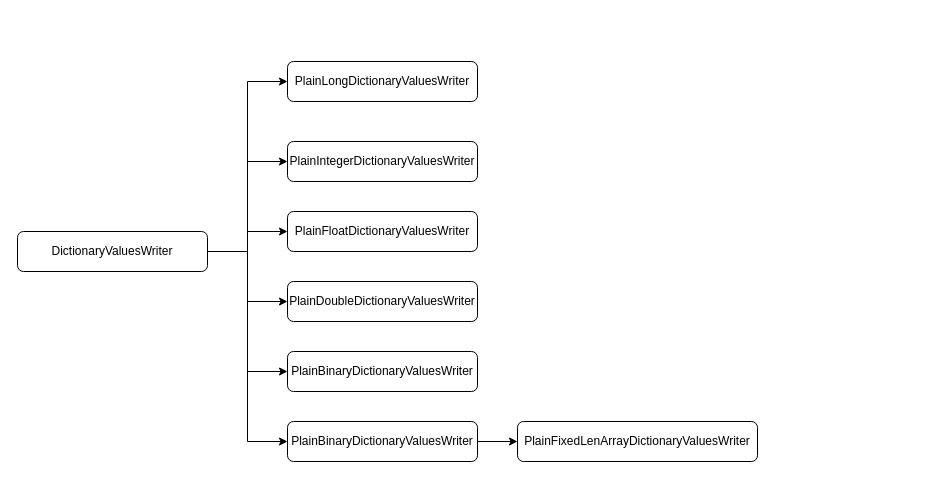
This is page "Parquet" (12 of 12) of Spark.drawio from huangxiaopingRD/diagrams, a draw.io file, before an edit. Source tidied: cells renumbered, new cells numbered last; positions are measured from the earlier drawing's top-left corner, leaving out a move shared by most shapes. Both pictures are drawn from the tidied source at 100%, with x=0, y=0 at pixel (17, 61).
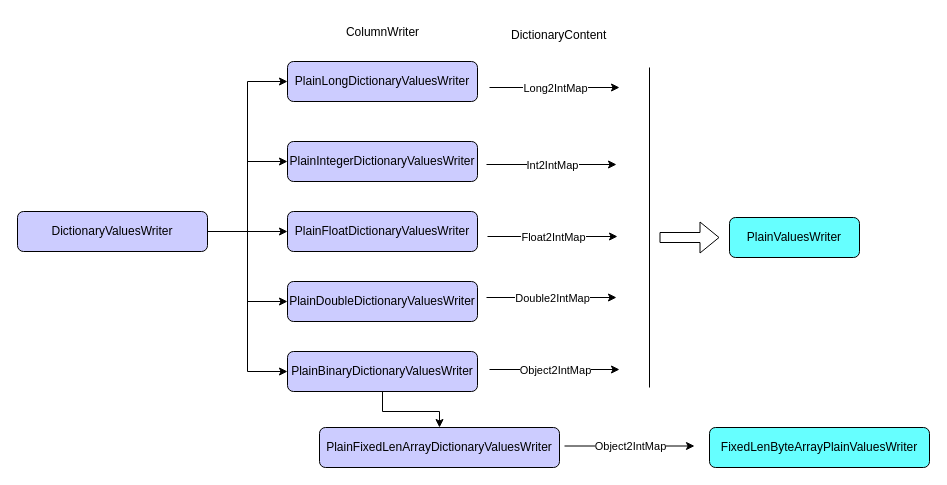
The same page after the edit.

What changed in the source:
```diff
@@
-    <mxCell id="2" value="PlainLongDictionaryValuesWriter" style="rounded=1;whiteSpace=wrap;html=1;" parent="1" vertex="1">
+    <mxCell id="2" value="PlainLongDictionaryValuesWriter" style="rounded=1;whiteSpace=wrap;html=1;fillColor=#CCCCFF;" parent="1" vertex="1">
       <mxGeometry x="270" width="190" height="40" as="geometry" />
     </mxCell>
@@
-    <mxCell id="8" style="edgeStyle=orthogonalEdgeStyle;rounded=0;jettySize=auto;html=1;entryX=0;entryY=0.5;entryDx=0;entryDy=0;" parent="1" edge="1" source="9" target="15">
-      <mxGeometry relative="1" as="geometry" />
-    </mxCell>
-    <mxCell id="9" value="DictionaryValuesWriter" style="rounded=1;whiteSpace=wrap;html=1;" parent="1" vertex="1">
-      <mxGeometry y="170" width="190" height="40" as="geometry" />
+    <mxCell id="9" value="DictionaryValuesWriter" style="rounded=1;whiteSpace=wrap;html=1;fillColor=#CCCCFF;" parent="1" vertex="1">
+      <mxGeometry y="150" width="190" height="40" as="geometry" />
     </mxCell>
-    <mxCell id="10" value="PlainIntegerDictionaryValuesWriter" style="rounded=1;whiteSpace=wrap;html=1;" parent="1" vertex="1">
+    <mxCell id="10" value="PlainIntegerDictionaryValuesWriter" style="rounded=1;whiteSpace=wrap;html=1;fillColor=#CCCCFF;" parent="1" vertex="1">
       <mxGeometry x="270" y="80" width="190" height="40" as="geometry" />
     </mxCell>
-    <mxCell id="11" value="PlainFloatDictionaryValuesWriter" style="rounded=1;whiteSpace=wrap;html=1;" parent="1" vertex="1">
+    <mxCell id="11" value="PlainFloatDictionaryValuesWriter" style="rounded=1;whiteSpace=wrap;html=1;fillColor=#CCCCFF;" parent="1" vertex="1">
       <mxGeometry x="270" y="150" width="190" height="40" as="geometry" />
     </mxCell>
-    <mxCell id="12" value="PlainDoubleDictionaryValuesWriter" style="rounded=1;whiteSpace=wrap;html=1;" parent="1" vertex="1">
+    <mxCell id="12" value="PlainDoubleDictionaryValuesWriter" style="rounded=1;whiteSpace=wrap;html=1;fillColor=#CCCCFF;" parent="1" vertex="1">
       <mxGeometry x="270" y="220" width="190" height="40" as="geometry" />
     </mxCell>
+    <mxCell id="17" style="edgeStyle=orthogonalEdgeStyle;rounded=0;jettySize=auto;html=1;" parent="1" edge="1" source="13" target="16">
+      <mxGeometry relative="1" as="geometry" />
+    </mxCell>
-    <mxCell id="13" value="PlainBinaryDictionaryValuesWriter" style="rounded=1;whiteSpace=wrap;html=1;" parent="1" vertex="1">
+    <mxCell id="13" value="PlainBinaryDictionaryValuesWriter" style="rounded=1;whiteSpace=wrap;html=1;fillColor=#CCCCFF;" parent="1" vertex="1">
       <mxGeometry x="270" y="290" width="190" height="40" as="geometry" />
     </mxCell>
-    <mxCell id="14" style="edgeStyle=orthogonalEdgeStyle;rounded=0;jettySize=auto;html=1;entryX=0;entryY=0.5;entryDx=0;entryDy=0;" parent="1" edge="1" source="15" target="16">
-      <mxGeometry relative="1" as="geometry" />
-    </mxCell>
-    <mxCell id="15" value="PlainBinaryDictionaryValuesWriter" style="rounded=1;whiteSpace=wrap;html=1;" parent="1" vertex="1">
-      <mxGeometry x="270" y="360" width="190" height="40" as="geometry" />
-    </mxCell>
-    <mxCell id="16" value="PlainFixedLenArrayDictionaryValuesWriter" style="rounded=1;whiteSpace=wrap;html=1;" parent="1" vertex="1">
-      <mxGeometry x="500" y="360" width="240" height="40" as="geometry" />
+    <mxCell id="16" value="PlainFixedLenArrayDictionaryValuesWriter" style="rounded=1;whiteSpace=wrap;html=1;fillColor=#CCCCFF;" parent="1" vertex="1">
+      <mxGeometry x="302" y="366" width="240" height="40" as="geometry" />
     </mxCell>
+    <mxCell id="18" style="endArrow=classic;html=1;rounded=0;" parent="1" edge="1">
+      <mxGeometry relative="1" as="geometry">
+        <mxPoint x="472" y="26" as="sourcePoint" />
+        <mxPoint x="602" y="26" as="targetPoint" />
+      </mxGeometry>
+    </mxCell>
+    <mxCell id="19" value="Long2IntMap" style="edgeLabel;html=1;align=center;verticalAlign=middle;" parent="18" vertex="1">
+      <mxGeometry relative="1" as="geometry" />
+    </mxCell>
+    <mxCell id="20" style="endArrow=classic;html=1;rounded=0;" parent="1" edge="1">
+      <mxGeometry relative="1" as="geometry">
+        <mxPoint x="469" y="103" as="sourcePoint" />
+        <mxPoint x="599" y="103" as="targetPoint" />
+      </mxGeometry>
+    </mxCell>
+    <mxCell id="21" value="Int2IntMap" style="edgeLabel;html=1;align=center;verticalAlign=middle;" parent="20" vertex="1">
+      <mxGeometry relative="1" as="geometry" />
+    </mxCell>
+    <mxCell id="22" style="endArrow=classic;html=1;rounded=0;" parent="1" edge="1">
+      <mxGeometry relative="1" as="geometry">
+        <mxPoint x="470" y="175" as="sourcePoint" />
+        <mxPoint x="600" y="175" as="targetPoint" />
+      </mxGeometry>
+    </mxCell>
+    <mxCell id="23" value="Float2IntMap" style="edgeLabel;html=1;align=center;verticalAlign=middle;" parent="22" vertex="1">
+      <mxGeometry relative="1" as="geometry" />
+    </mxCell>
+    <mxCell id="24" style="endArrow=classic;html=1;rounded=0;" parent="1" edge="1">
+      <mxGeometry relative="1" as="geometry">
+        <mxPoint x="469" y="236" as="sourcePoint" />
+        <mxPoint x="599" y="236" as="targetPoint" />
+      </mxGeometry>
+    </mxCell>
+    <mxCell id="25" value="Double2IntMap" style="edgeLabel;html=1;align=center;verticalAlign=middle;" parent="24" vertex="1">
+      <mxGeometry relative="1" as="geometry" />
+    </mxCell>
+    <mxCell id="26" style="endArrow=classic;html=1;rounded=0;" parent="1" edge="1">
+      <mxGeometry relative="1" as="geometry">
+        <mxPoint x="472" y="308" as="sourcePoint" />
+        <mxPoint x="602" y="308" as="targetPoint" />
+      </mxGeometry>
+    </mxCell>
+    <mxCell id="27" value="Object2IntMap" style="edgeLabel;html=1;align=center;verticalAlign=middle;" parent="26" vertex="1">
+      <mxGeometry relative="1" as="geometry" />
+    </mxCell>
+    <mxCell id="28" style="endArrow=classic;html=1;rounded=0;" parent="1" edge="1">
+      <mxGeometry relative="1" as="geometry">
+        <mxPoint x="547" y="384.5" as="sourcePoint" />
+        <mxPoint x="677" y="384.5" as="targetPoint" />
+      </mxGeometry>
+    </mxCell>
+    <mxCell id="29" value="Object2IntMap" style="edgeLabel;html=1;align=center;verticalAlign=middle;" parent="28" vertex="1">
+      <mxGeometry relative="1" as="geometry" />
+    </mxCell>
+    <mxCell id="30" value="PlainValuesWriter" style="rounded=1;whiteSpace=wrap;html=1;fillColor=#66FFFF;" parent="1" vertex="1">
+      <mxGeometry x="712" y="156" width="130" height="40" as="geometry" />
+    </mxCell>
+    <mxCell id="31" style="endArrow=none;html=1;rounded=0;" parent="1" edge="1">
+      <mxGeometry relative="1" as="geometry">
+        <mxPoint x="632" y="326" as="sourcePoint" />
+        <mxPoint x="632" y="6" as="targetPoint" />
+      </mxGeometry>
+    </mxCell>
+    <mxCell id="32" style="shape=flexArrow;endArrow=classic;html=1;rounded=0;" parent="1" edge="1">
+      <mxGeometry relative="1" as="geometry">
+        <mxPoint x="642" y="176" as="sourcePoint" />
+        <mxPoint x="702" y="176" as="targetPoint" />
+      </mxGeometry>
+    </mxCell>
+    <mxCell id="33" value="DictionaryContent" style="text;whiteSpace=wrap;" parent="1" vertex="1">
+      <mxGeometry x="492" y="-40" width="130" height="40" as="geometry" />
+    </mxCell>
+    <mxCell id="34" value="ColumnWriter" style="text;html=1;align=center;verticalAlign=middle;strokeColor=none;fillColor=none;" parent="1" vertex="1">
+      <mxGeometry x="315" y="-44" width="100" height="30" as="geometry" />
+    </mxCell>
+    <mxCell id="35" value="&lt;span style=&quot;text-align: left;&quot;&gt;FixedLenByteArrayPlainValuesWriter&lt;/span&gt;" style="rounded=1;whiteSpace=wrap;html=1;fillColor=#66FFFF;" parent="1" vertex="1">
+      <mxGeometry x="692" y="366" width="220" height="40" as="geometry" />
+    </mxCell>
```
